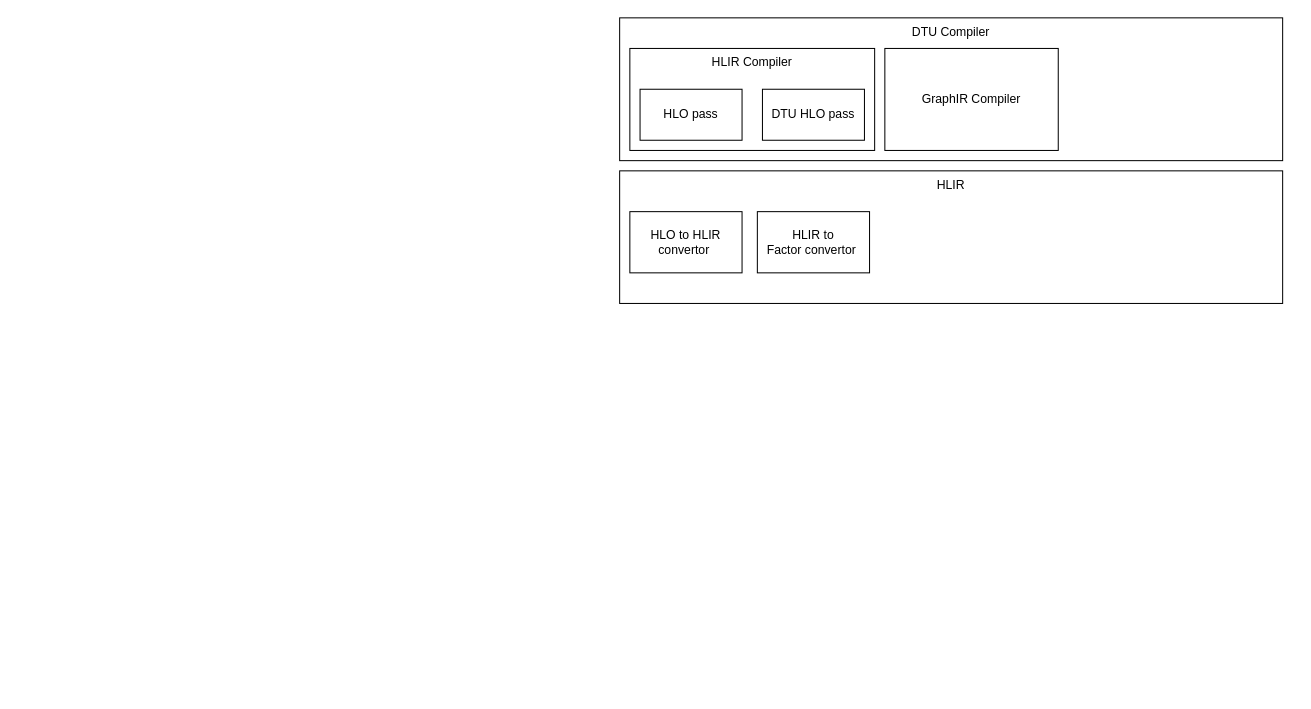
This is 组件及关系图.drawio from dingsg/drawio, a draw.io file, before an edit. Source tidied: cells renumbered, new cells numbered last; positions are measured from the earlier drawing's top-left corner, leaving out a move shared by most shapes. Both pictures are drawn from the tidied source at 102%, with x=0, y=0 at pixel (619, 17).
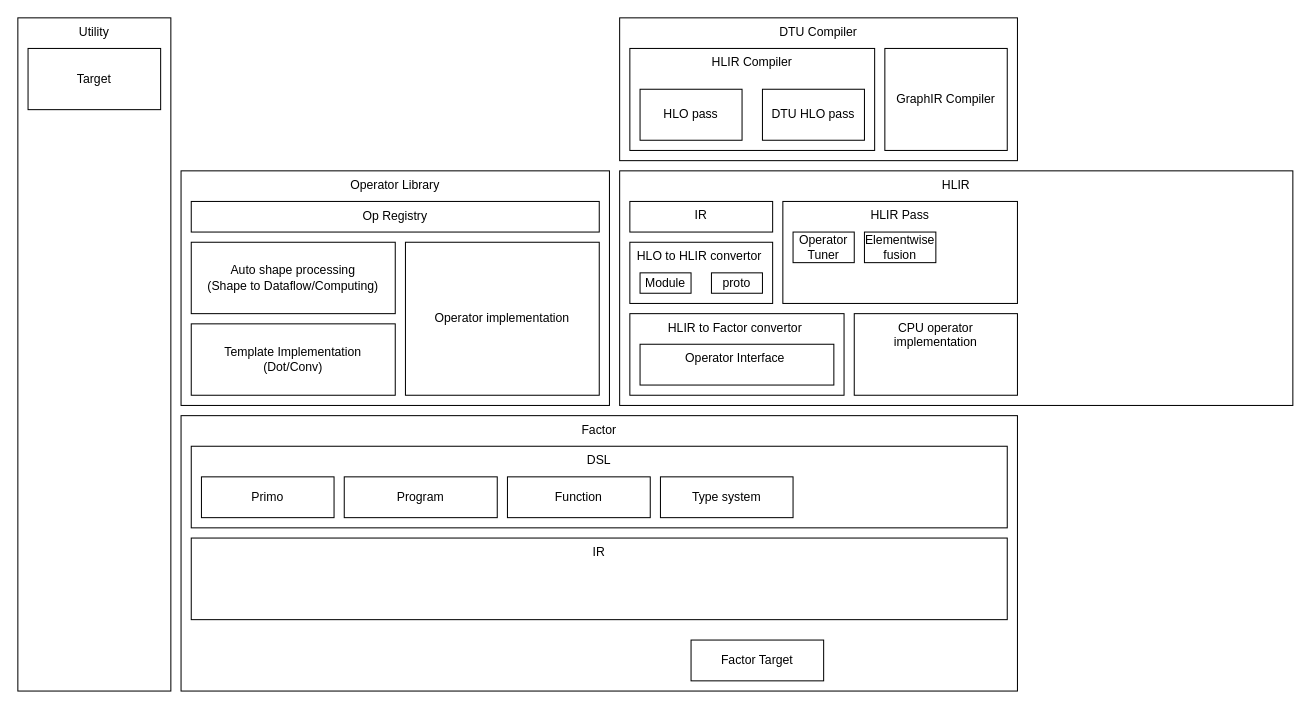
Above is the later version.

Commit message (it also covers changes not shown here):
Update 组件及关系图.drawio

The edit, as a diff of the source:
```diff
@@
     <mxCell id="2" value="HLIR" style="rounded=0;whiteSpace=wrap;html=1;align=center;verticalAlign=top;" parent="1" vertex="1">
-      <mxGeometry y="150" width="650" height="130" as="geometry" />
+      <mxGeometry y="150" width="660" height="230" as="geometry" />
     </mxCell>
     <mxCell id="3" value="DTU Compiler&lt;br&gt;" style="rounded=0;whiteSpace=wrap;html=1;align=center;verticalAlign=top;" parent="1" vertex="1">
-      <mxGeometry width="650" height="140" as="geometry" />
+      <mxGeometry width="390" height="140" as="geometry" />
     </mxCell>
@@
     <mxCell id="5" value="GraphIR Compiler" style="rounded=0;whiteSpace=wrap;html=1;" parent="1" vertex="1">
-      <mxGeometry x="260" y="30" width="170" height="100" as="geometry" />
+      <mxGeometry x="260" y="30" width="120" height="100" as="geometry" />
     </mxCell>
-    <mxCell id="6" value="HLO to HLIR convertor&amp;nbsp;" style="rounded=0;whiteSpace=wrap;html=1;" parent="1" vertex="1">
-      <mxGeometry x="10" y="190" width="110" height="60" as="geometry" />
+    <mxCell id="6" value="HLO to HLIR convertor&amp;nbsp;" style="rounded=0;whiteSpace=wrap;html=1;verticalAlign=top;" parent="1" vertex="1">
+      <mxGeometry x="10" y="220" width="140" height="60" as="geometry" />
     </mxCell>
-    <mxCell id="7" value="HLIR to Factor&amp;nbsp;convertor&amp;nbsp;" style="rounded=0;whiteSpace=wrap;html=1;" parent="1" vertex="1">
-      <mxGeometry x="135" y="190" width="110" height="60" as="geometry" />
+    <mxCell id="7" value="HLIR to Factor&amp;nbsp;convertor&amp;nbsp;" style="rounded=0;whiteSpace=wrap;html=1;verticalAlign=top;" parent="1" vertex="1">
+      <mxGeometry x="10" y="290" width="210" height="80" as="geometry" />
     </mxCell>
@@
+    <mxCell id="10" value="Module" style="rounded=0;whiteSpace=wrap;html=1;align=center;" parent="1" vertex="1">
+      <mxGeometry x="20" y="250" width="50" height="20" as="geometry" />
+    </mxCell>
+    <mxCell id="11" value="proto" style="rounded=0;whiteSpace=wrap;html=1;align=center;" parent="1" vertex="1">
+      <mxGeometry x="90" y="250" width="50" height="20" as="geometry" />
+    </mxCell>
+    <mxCell id="12" value="HLIR Pass" style="rounded=0;whiteSpace=wrap;html=1;verticalAlign=top;" parent="1" vertex="1">
+      <mxGeometry x="160" y="180" width="230" height="100" as="geometry" />
+    </mxCell>
+    <mxCell id="13" value="Operator Interface&amp;nbsp;" style="rounded=0;whiteSpace=wrap;html=1;verticalAlign=top;" parent="1" vertex="1">
+      <mxGeometry x="20" y="320" width="190" height="40" as="geometry" />
+    </mxCell>
+    <mxCell id="14" value="Operator Library" style="rounded=0;whiteSpace=wrap;html=1;verticalAlign=top;" parent="1" vertex="1">
+      <mxGeometry x="-430" y="150" width="420" height="230" as="geometry" />
+    </mxCell>
+    <mxCell id="15" value="Auto shape processing&lt;br&gt;(Shape to Dataflow/Computing)" style="rounded=0;whiteSpace=wrap;html=1;align=center;" parent="1" vertex="1">
+      <mxGeometry x="-420" y="220" width="200" height="70" as="geometry" />
+    </mxCell>
+    <mxCell id="16" value="Op Registry" style="rounded=0;whiteSpace=wrap;html=1;align=center;" parent="1" vertex="1">
+      <mxGeometry x="-420" y="180" width="400" height="30" as="geometry" />
+    </mxCell>
+    <mxCell id="17" value="&lt;span&gt;Template Implementation&lt;br&gt;(Dot/Conv)&lt;br&gt;&lt;/span&gt;" style="rounded=0;whiteSpace=wrap;html=1;align=center;" parent="1" vertex="1">
+      <mxGeometry x="-420" y="300" width="200" height="70" as="geometry" />
+    </mxCell>
+    <mxCell id="18" value="Operator Tuner" style="rounded=0;whiteSpace=wrap;html=1;align=center;" parent="1" vertex="1">
+      <mxGeometry x="170" y="210" width="60" height="30" as="geometry" />
+    </mxCell>
+    <mxCell id="19" value="&lt;span&gt;Operator implementation&lt;br&gt;&lt;/span&gt;" style="rounded=0;whiteSpace=wrap;html=1;align=center;" parent="1" vertex="1">
+      <mxGeometry x="-210" y="220" width="190" height="150" as="geometry" />
+    </mxCell>
+    <mxCell id="20" value="CPU operator implementation" style="rounded=0;whiteSpace=wrap;html=1;verticalAlign=top;" parent="1" vertex="1">
+      <mxGeometry x="230" y="290" width="160" height="80" as="geometry" />
+    </mxCell>
+    <mxCell id="21" value="Factor" style="rounded=0;whiteSpace=wrap;html=1;align=center;verticalAlign=top;" parent="1" vertex="1">
+      <mxGeometry x="-430" y="390" width="820" height="270" as="geometry" />
+    </mxCell>
+    <mxCell id="22" value="DSL" style="rounded=0;whiteSpace=wrap;html=1;align=center;verticalAlign=top;" parent="1" vertex="1">
+      <mxGeometry x="-420" y="420" width="800" height="80" as="geometry" />
+    </mxCell>
+    <mxCell id="23" value="Primo" style="rounded=0;whiteSpace=wrap;html=1;align=center;" parent="1" vertex="1">
+      <mxGeometry x="-410" y="450" width="130" height="40" as="geometry" />
+    </mxCell>
+    <mxCell id="24" value="Program" style="rounded=0;whiteSpace=wrap;html=1;align=center;" parent="1" vertex="1">
+      <mxGeometry x="-270" y="450" width="150" height="40" as="geometry" />
+    </mxCell>
+    <mxCell id="25" value="Factor Target" style="rounded=0;whiteSpace=wrap;html=1;align=center;" parent="1" vertex="1">
+      <mxGeometry x="70" y="610" width="130" height="40" as="geometry" />
+    </mxCell>
+    <mxCell id="26" value="Utility" style="rounded=0;whiteSpace=wrap;html=1;align=center;verticalAlign=top;" parent="1" vertex="1">
+      <mxGeometry x="-590" width="150" height="660" as="geometry" />
+    </mxCell>
+    <mxCell id="27" value="Target" style="rounded=0;whiteSpace=wrap;html=1;align=center;shadow=0;" parent="1" vertex="1">
+      <mxGeometry x="-580" y="30" width="130" height="60" as="geometry" />
+    </mxCell>
+    <mxCell id="28" value="Type system" style="rounded=0;whiteSpace=wrap;html=1;align=center;" parent="1" vertex="1">
+      <mxGeometry x="40" y="450" width="130" height="40" as="geometry" />
+    </mxCell>
+    <mxCell id="29" value="IR" style="rounded=0;whiteSpace=wrap;html=1;verticalAlign=top;" parent="1" vertex="1">
+      <mxGeometry x="10" y="180" width="140" height="30" as="geometry" />
+    </mxCell>
+    <mxCell id="30" value="Elementwise&lt;br&gt;fusion" style="rounded=0;whiteSpace=wrap;html=1;align=center;" parent="1" vertex="1">
+      <mxGeometry x="240" y="210" width="70" height="30" as="geometry" />
+    </mxCell>
+    <mxCell id="31" value="IR" style="rounded=0;whiteSpace=wrap;html=1;align=center;verticalAlign=top;" parent="1" vertex="1">
+      <mxGeometry x="-420" y="510" width="800" height="80" as="geometry" />
+    </mxCell>
+    <mxCell id="32" value="Function" style="rounded=0;whiteSpace=wrap;html=1;align=center;" parent="1" vertex="1">
+      <mxGeometry x="-110" y="450" width="140" height="40" as="geometry" />
+    </mxCell>
```
